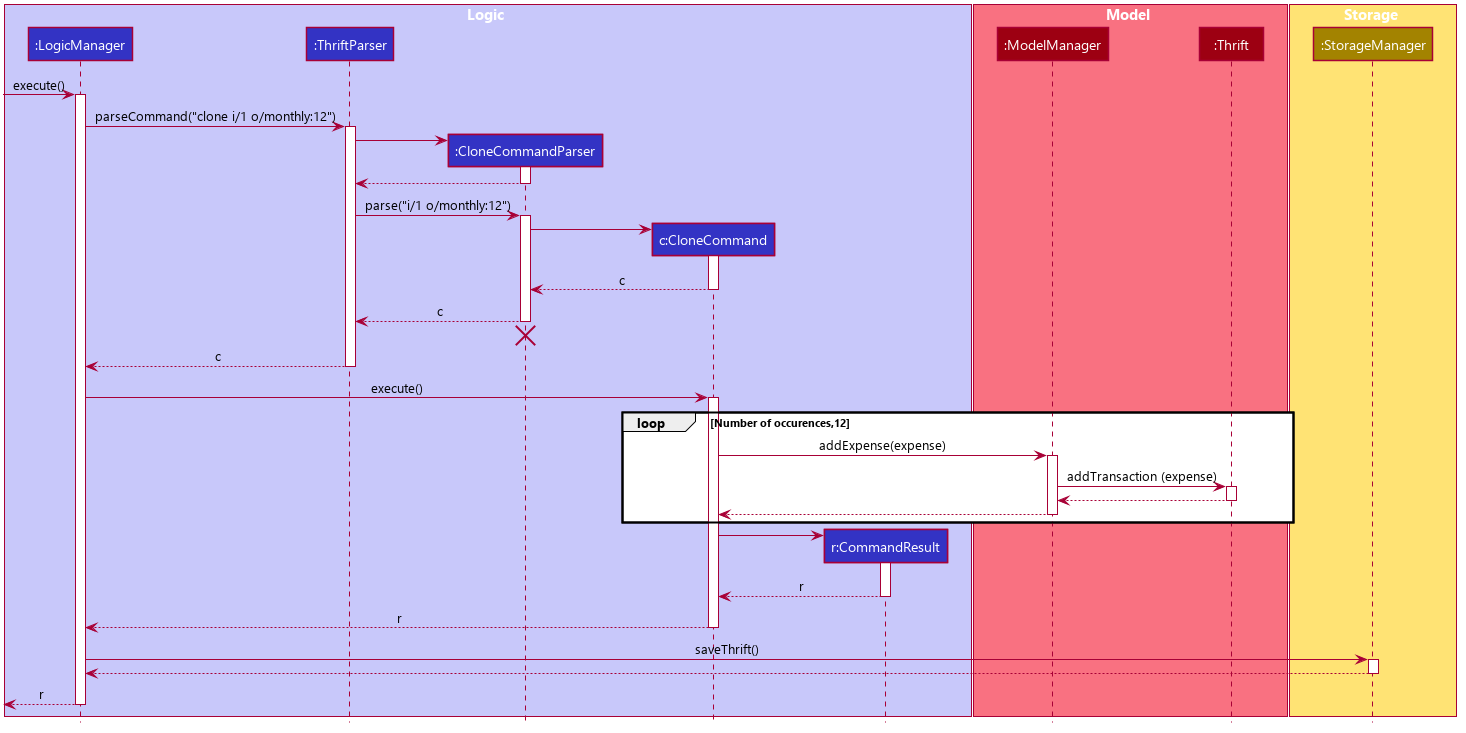
Before: docs/images/clone/cloneDG/CloneSequenceDiagram.png, a diagram exported from PlantUML (nus-cs2103-AY1920S1/addressbook-level3). The source it was exported from:
```plantuml
@startuml








skinparam BackgroundColor #FFFFFFF

skinparam Shadowing false

skinparam MinClassWidth 50
skinparam ParticipantPadding 10
skinparam DefaultTextAlignment center
skinparam packageStyle Rectangle

skinparam defaultFontName Segoe UI

skinparam Class {
    FontColor #FFFFFF
    BorderThickness 1
    BorderColor #FFFFFF
    StereotypeFontColor #FFFFFF
}

skinparam Actor {
    BorderColor #000000
    Color #000000
}

skinparam Sequence {
    MessageAlign center
    BoxFontSize 15
    BoxPadding 0
    BoxFontColor #FFFFFF
}

skinparam Participant {
    FontColor #FFFFFFF
    Padding 20
}


hide footbox
hide members
hide circle

box Logic #C8C8FA
participant ":LogicManager" as LogicManager #3333C4
participant ":ThriftParser" as ThriftParser #3333C4
participant ":CloneCommandParser" as CloneCommandParser #3333C4
participant "c:CloneCommand" as CloneCommand #3333C4
participant "r:CommandResult" as CommandResult #3333C4
end box

box Model #F97181
participant ":ModelManager" as ModelManager #9D0012
participant ":Thrift" as Thrift #9D0012
end box

box Storage #FFE374
participant ":StorageManager" as StorageManager #A38300
end box

[-> LogicManager : execute()
activate LogicManager

LogicManager -> ThriftParser : parseCommand("clone i/1 o/monthly:12")
activate ThriftParser

create CloneCommandParser
ThriftParser -> CloneCommandParser
activate CloneCommandParser

CloneCommandParser --> ThriftParser
deactivate CloneCommandParser

ThriftParser -> CloneCommandParser : parse("i/1 o/monthly:12")
activate CloneCommandParser

create CloneCommand
CloneCommandParser -> CloneCommand
activate CloneCommand

CloneCommand --> CloneCommandParser : c
deactivate CloneCommand

CloneCommandParser --> ThriftParser : c
deactivate CloneCommandParser
CloneCommandParser -[hidden]-> ThriftParser
destroy CloneCommandParser

ThriftParser --> LogicManager : c
deactivate ThriftParser

LogicManager -> CloneCommand : execute()
activate CloneCommand

loop Number of occurences,12
    CloneCommand -> ModelManager : addExpense(expense)
    activate ModelManager

ModelManager -> Thrift : addTransaction (expense)
activate Thrift

Thrift --> ModelManager
deactivate Thrift

ModelManager --> CloneCommand
deactivate ModelManager
end

create CommandResult
CloneCommand -> CommandResult
activate CommandResult

CommandResult --> CloneCommand : r
deactivate CommandResult

CloneCommand --> LogicManager : r
deactivate CloneCommand

LogicManager -> StorageManager : saveThrift()
activate StorageManager

StorageManager --> LogicManager
deactivate StorageManager

[<-- LogicManager : r
deactivate LogicManager
@enduml
```
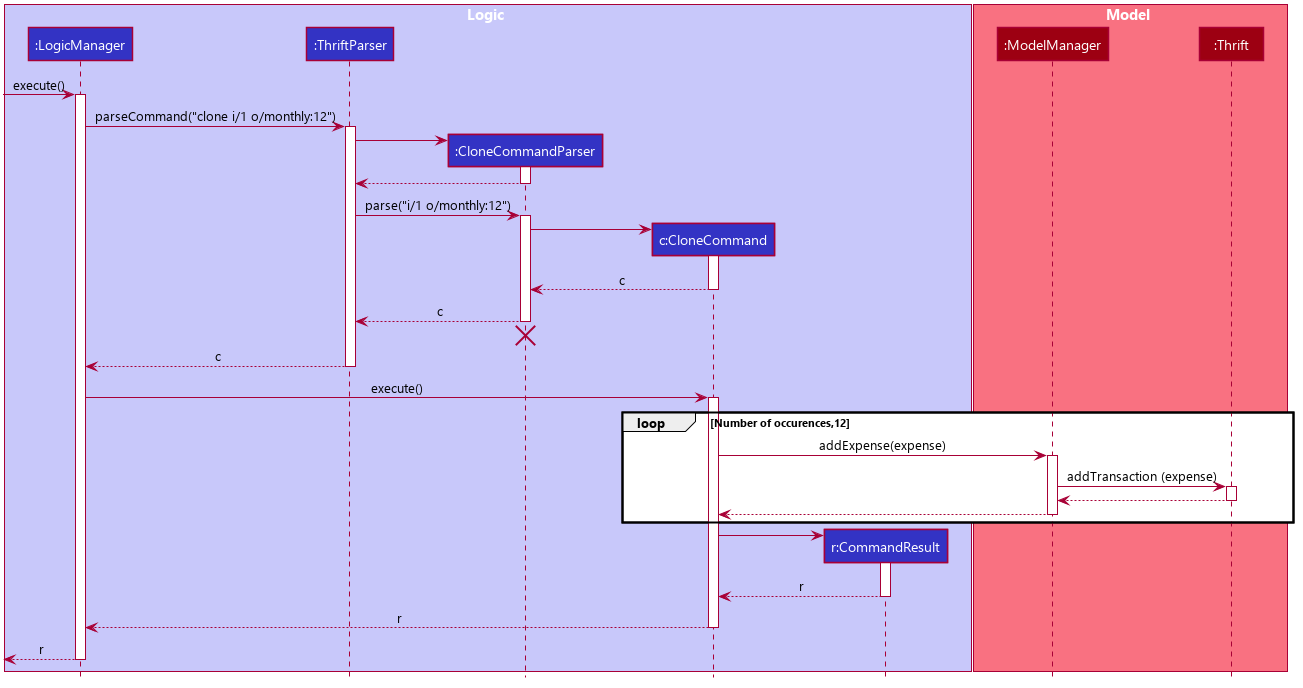
The same diagram one commit later.

Diff of the diagram source:
```diff
@@ -60,10 +60,6 @@
 participant ":Thrift" as Thrift #9D0012
 end box
 
-box Storage #FFE374
-participant ":StorageManager" as StorageManager #A38300
-end box
-
 [-> LogicManager : execute()
 activate LogicManager
 
@@ -122,12 +118,6 @@
 CloneCommand --> LogicManager : r
 deactivate CloneCommand
 
-LogicManager -> StorageManager : saveThrift()
-activate StorageManager
-
-StorageManager --> LogicManager
-deactivate StorageManager
-
 [<-- LogicManager : r
 deactivate LogicManager
 @enduml
```
